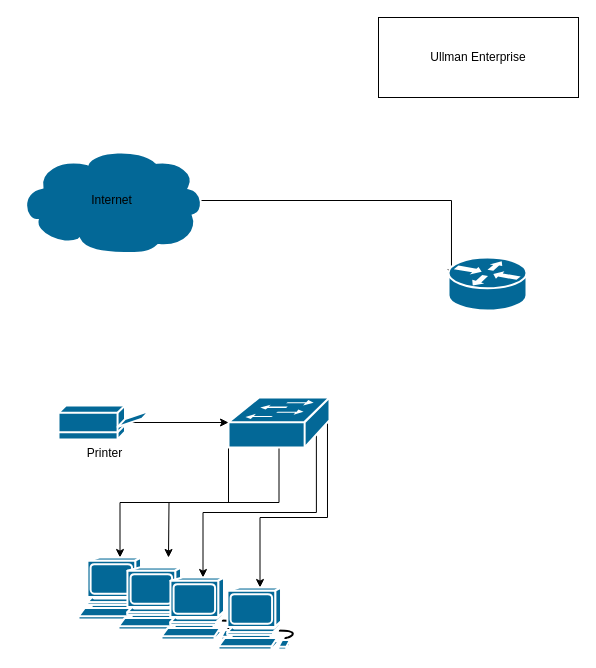
The draw.io diagram Untitled Diagram.drawio in taming-life/ITNW1325_class, before the edit. Source tidied: cells renumbered, new cells numbered last; positions are measured from the earlier drawing's top-left corner, leaving out a move shared by most shapes. Both pictures are drawn from the tidied source at 100%, with x=0, y=0 at pixel (18, 17).
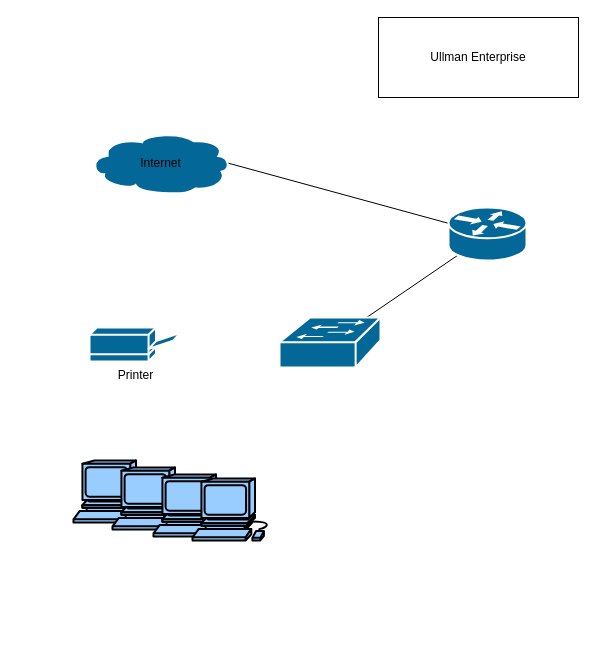
The same page after the edit.

The edit, as a diff of the source:
```diff
@@
 <mxGraphModel>
   <root>
     <mxCell id="0" />
     <mxCell id="1" parent="0" />
-    <mxCell id="2" style="edgeStyle=orthogonalEdgeStyle;rounded=0;jettySize=auto;html=1;exitX=0.98;exitY=0.5;exitDx=0;exitDy=0;exitPerimeter=0;entryX=0.038;entryY=0.377;entryDx=0;entryDy=0;entryPerimeter=0;" parent="1" edge="1" source="3" target="4">
+    <mxCell id="2" style="rounded=0;jettySize=auto;html=1;exitX=0.98;exitY=0.5;exitDx=0;exitDy=0;exitPerimeter=0;endArrow=none;endFill=0;" parent="1" edge="1" source="3" target="4">
       <mxGeometry relative="1" as="geometry" />
     </mxCell>
     <mxCell id="3" value="Internet" style="shape=mxgraph.cisco.storage.cloud;sketch=0;html=1;dashed=0;fillColor=#036897;strokeColor=#ffffff;strokeWidth=2;verticalLabelPosition=middle;verticalAlign=middle;align=center;outlineConnect=0;labelPosition=center;" parent="1" vertex="1">
-      <mxGeometry y="130" width="186" height="106" as="geometry" />
+      <mxGeometry x="71" y="115" width="141" height="61" as="geometry" />
     </mxCell>
+    <mxCell id="18" style="rounded=0;jettySize=auto;html=1;exitX=0.12;exitY=0.9;exitDx=0;exitDy=0;exitPerimeter=0;endArrow=none;endFill=0;" parent="1" edge="1" source="4" target="10">
+      <mxGeometry relative="1" as="geometry" />
+    </mxCell>
     <mxCell id="4" style="shape=mxgraph.cisco.routers.router;sketch=0;html=1;dashed=0;fillColor=#036897;strokeColor=#ffffff;strokeWidth=2;verticalLabelPosition=bottom;verticalAlign=top;align=center;outlineConnect=0;" parent="1" vertex="1">
-      <mxGeometry x="430" y="240" width="78" height="53" as="geometry" />
+      <mxGeometry x="430" y="190" width="78" height="53" as="geometry" />
     </mxCell>
-    <mxCell id="5" style="edgeStyle=orthogonalEdgeStyle;rounded=0;orthogonalLoop=1;jettySize=auto;html=1;" parent="1" edge="1" source="14" target="14">
-      <mxGeometry relative="1" as="geometry" />
-    </mxCell>
-    <mxCell id="6" style="edgeStyle=orthogonalEdgeStyle;rounded=0;jettySize=auto;html=1;exitX=0;exitY=0.98;exitDx=0;exitDy=0;exitPerimeter=0;entryX=0.5;entryY=0;entryDx=0;entryDy=0;entryPerimeter=0;" parent="1" edge="1" source="10" target="14">
-      <mxGeometry relative="1" as="geometry" />
-    </mxCell>
-    <mxCell id="7" style="edgeStyle=orthogonalEdgeStyle;rounded=0;jettySize=auto;html=1;exitX=0.5;exitY=0.98;exitDx=0;exitDy=0;exitPerimeter=0;" parent="1" edge="1" source="10">
-      <mxGeometry relative="1" as="geometry">
-        <mxPoint x="150" y="540" as="targetPoint" />
-      </mxGeometry>
-    </mxCell>
-    <mxCell id="8" style="edgeStyle=orthogonalEdgeStyle;rounded=0;jettySize=auto;html=1;exitX=0.87;exitY=0.74;exitDx=0;exitDy=0;exitPerimeter=0;" parent="1" edge="1" source="10" target="16">
-      <mxGeometry relative="1" as="geometry" />
-    </mxCell>
-    <mxCell id="9" style="edgeStyle=orthogonalEdgeStyle;rounded=0;jettySize=auto;html=1;exitX=0.98;exitY=0.5;exitDx=0;exitDy=0;exitPerimeter=0;" parent="1" edge="1" source="10" target="17">
-      <mxGeometry relative="1" as="geometry" />
-    </mxCell>
     <mxCell id="10" style="shape=mxgraph.cisco.switches.workgroup_switch;sketch=0;html=1;dashed=0;fillColor=#036897;strokeColor=#ffffff;strokeWidth=2;verticalLabelPosition=bottom;verticalAlign=top;align=center;outlineConnect=0;" parent="1" vertex="1">
-      <mxGeometry x="210" y="380" width="101" height="50" as="geometry" />
+      <mxGeometry x="261" y="300" width="101" height="50" as="geometry" />
     </mxCell>
     <mxCell id="11" value="Ullman Enterprise" style="rounded=0;whiteSpace=wrap;html=1;" parent="1" vertex="1">
       <mxGeometry x="360" width="200" height="80" as="geometry" />
     </mxCell>
-    <mxCell id="12" style="edgeStyle=orthogonalEdgeStyle;rounded=0;jettySize=auto;html=1;exitX=0.8;exitY=0.5;exitDx=0;exitDy=0;exitPerimeter=0;entryX=0;entryY=0.5;entryDx=0;entryDy=0;entryPerimeter=0;" parent="1" edge="1" source="13" target="10">
-      <mxGeometry relative="1" as="geometry" />
-    </mxCell>
     <mxCell id="13" value="Printer" style="shape=mxgraph.cisco.computers_and_peripherals.printer;html=1;dashed=0;fillColor=#036897;strokeColor=#ffffff;strokeWidth=2;verticalLabelPosition=bottom;verticalAlign=top;align=center;outlineConnect=0;" parent="1" vertex="1">
-      <mxGeometry x="40" y="388" width="91" height="34" as="geometry" />
+      <mxGeometry x="71" y="310" width="91" height="34" as="geometry" />
     </mxCell>
-    <mxCell id="14" style="shape=mxgraph.cisco.computers_and_peripherals.workstation;sketch=0;html=1;dashed=0;fillColor=#036897;strokeColor=#ffffff;strokeWidth=2;verticalLabelPosition=bottom;verticalAlign=top;align=center;outlineConnect=0;" parent="1" vertex="1">
-      <mxGeometry x="60" y="540" width="83" height="62" as="geometry" />
+    <mxCell id="14" style="shape=mxgraph.cisco.computers_and_peripherals.workstation;sketch=0;html=1;dashed=0;fillColor=#99CCFF;strokeColor=#000000;strokeWidth=2;verticalLabelPosition=bottom;verticalAlign=top;align=center;outlineConnect=0;" parent="1" vertex="1">
+      <mxGeometry x="55" y="443" width="83" height="62" as="geometry" />
     </mxCell>
-    <mxCell id="15" style="shape=mxgraph.cisco.computers_and_peripherals.workstation;sketch=0;html=1;dashed=0;fillColor=#036897;strokeColor=#ffffff;strokeWidth=2;verticalLabelPosition=bottom;verticalAlign=top;align=center;" parent="1" vertex="1">
-      <mxGeometry x="100" y="550" width="83" height="62" as="geometry" />
-    </mxCell>
-    <mxCell id="16" style="shape=mxgraph.cisco.computers_and_peripherals.workstation;sketch=0;html=1;dashed=0;fillColor=#036897;strokeColor=#ffffff;strokeWidth=2;verticalLabelPosition=bottom;verticalAlign=top;align=center;outlineConnect=0;" parent="1" vertex="1">
-      <mxGeometry x="143" y="560" width="83" height="62" as="geometry" />
-    </mxCell>
-    <mxCell id="17" style="shape=mxgraph.cisco.computers_and_peripherals.workstation;sketch=0;html=1;dashed=0;fillColor=#036897;strokeColor=#ffffff;strokeWidth=2;verticalLabelPosition=bottom;verticalAlign=top;align=center;outlineConnect=0;" parent="1" vertex="1">
-      <mxGeometry x="200" y="570" width="83" height="62" as="geometry" />
-    </mxCell>
+    <mxCell id="19" style="shape=mxgraph.cisco.computers_and_peripherals.workstation;sketch=0;html=1;dashed=0;fillColor=#99CCFF;strokeColor=#000000;strokeWidth=2;verticalLabelPosition=bottom;verticalAlign=top;align=center;" parent="1" vertex="1">
+      <mxGeometry x="94" y="450" width="83" height="62" as="geometry" />
+    </mxCell>
+    <mxCell id="20" style="shape=mxgraph.cisco.computers_and_peripherals.workstation;sketch=0;html=1;dashed=0;fillColor=#99CCFF;strokeColor=#000000;strokeWidth=2;verticalLabelPosition=bottom;verticalAlign=top;align=center;" parent="1" vertex="1">
+      <mxGeometry x="135" y="457" width="83" height="62" as="geometry" />
+    </mxCell>
+    <mxCell id="21" style="shape=mxgraph.cisco.computers_and_peripherals.workstation;sketch=0;html=1;dashed=0;fillColor=#99CCFF;strokeColor=#000000;strokeWidth=2;verticalLabelPosition=bottom;verticalAlign=top;align=center;" parent="1" vertex="1">
+      <mxGeometry x="174" y="461" width="83" height="62" as="geometry" />
+    </mxCell>
   </root>
 </mxGraphModel>
```
